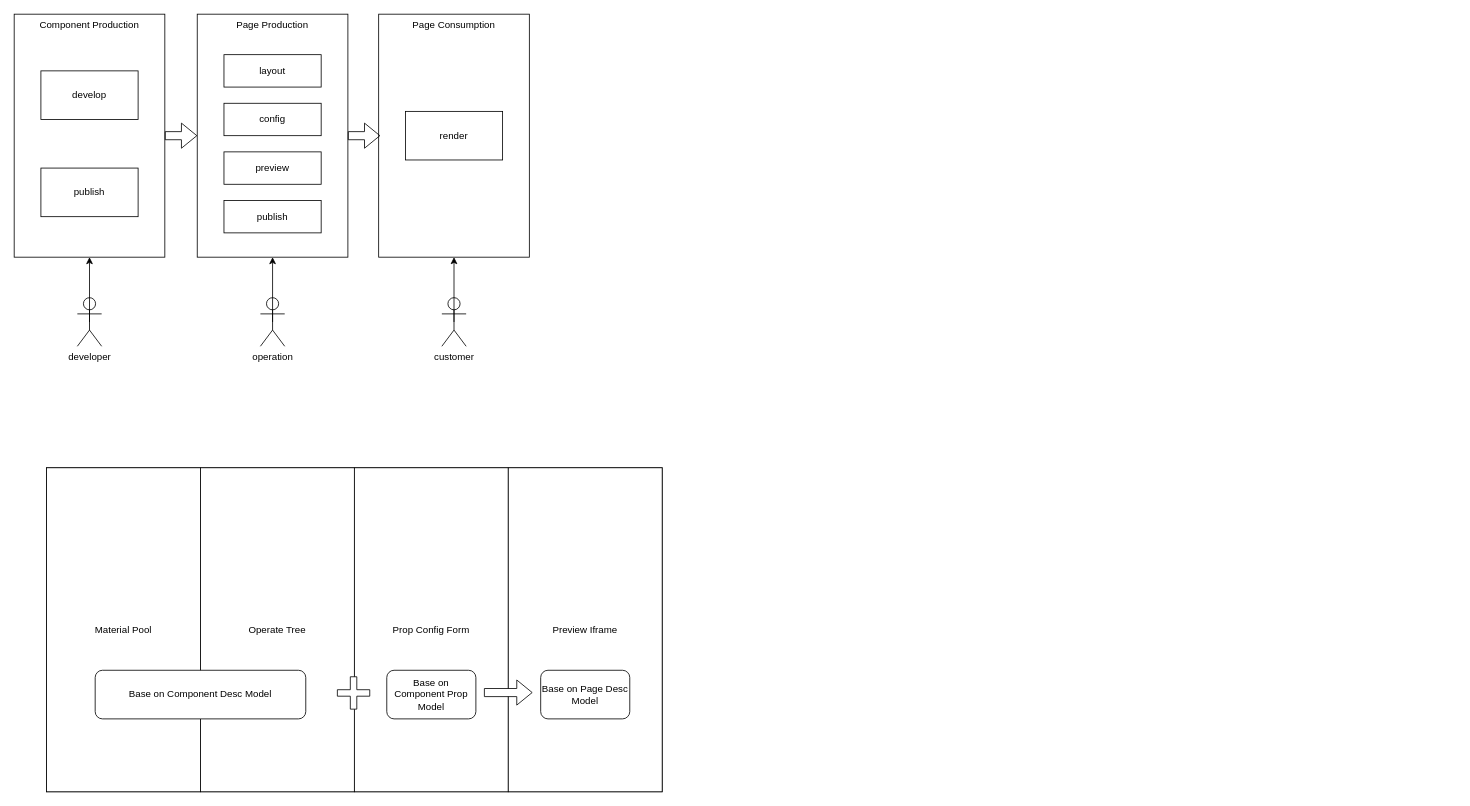
devlee/algorithms keeps this draw.io diagram as Untitled Diagram.drawio. Above is the earlier version. Source tidied: cells renumbered, new cells numbered last; positions are measured from the earlier drawing's top-left corner, leaving out a move shared by most shapes. Both pictures are drawn from the tidied source at 81%, with x=0, y=0 at pixel (14, 14).
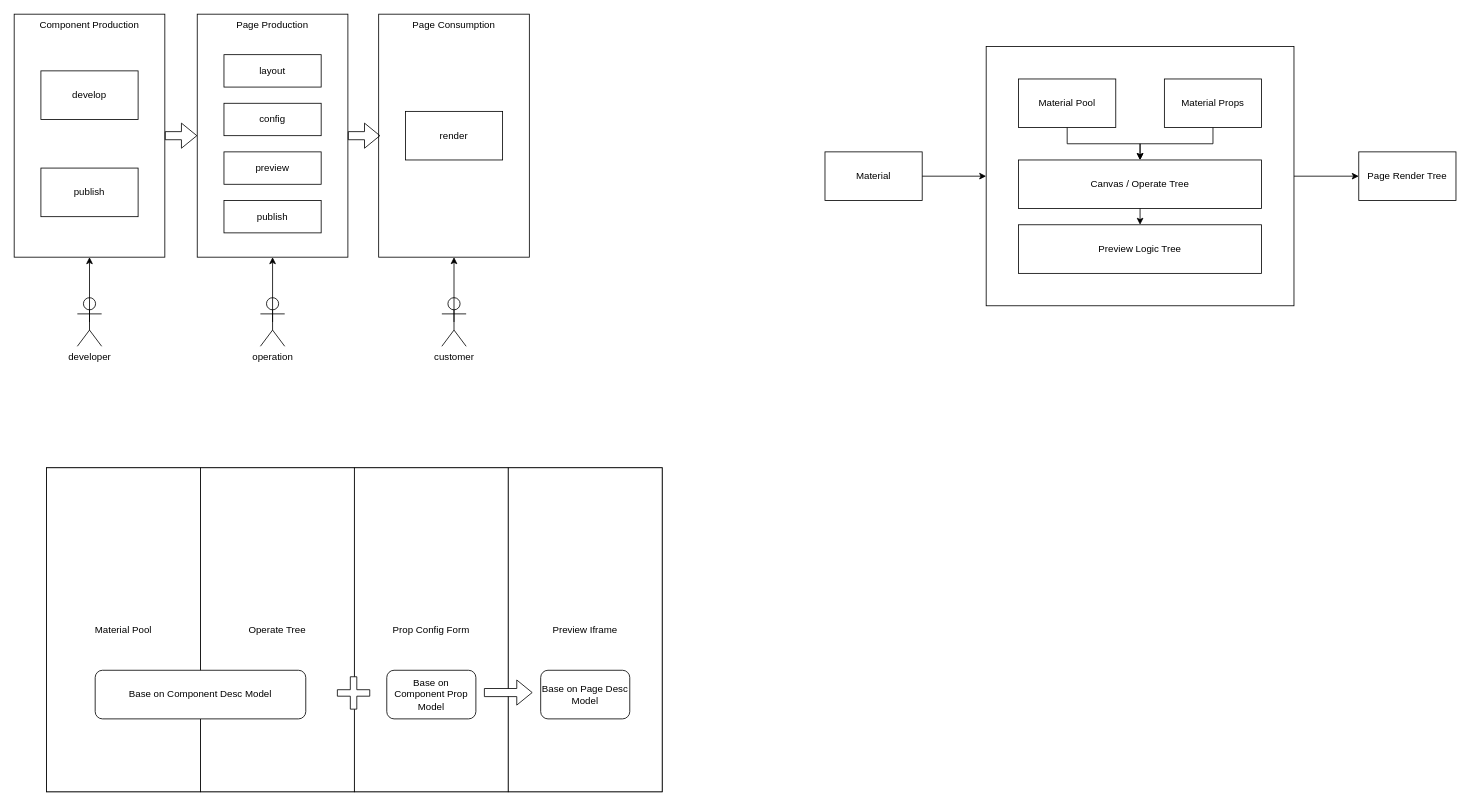
The same page after the edit.

What changed in the source:
```diff
@@
+    <mxCell id="30" value="Material" style="rounded=0;whiteSpace=wrap;html=1;" parent="1" vertex="1">
+      <mxGeometry x="1001" y="170" width="120" height="60" as="geometry" />
+    </mxCell>
+    <mxCell id="31" style="rounded=0;whiteSpace=wrap;html=1;" parent="1" vertex="1">
+      <mxGeometry x="1200" y="40" width="380" height="320" as="geometry" />
+    </mxCell>
+    <mxCell id="32" value="Material Pool" style="rounded=0;whiteSpace=wrap;html=1;" parent="1" vertex="1">
+      <mxGeometry x="1240" y="80" width="120" height="60" as="geometry" />
+    </mxCell>
+    <mxCell id="33" value="Material Props" style="rounded=0;whiteSpace=wrap;html=1;" parent="1" vertex="1">
+      <mxGeometry x="1420" y="80" width="120" height="60" as="geometry" />
+    </mxCell>
+    <mxCell id="34" value="Canvas / Operate Tree" style="rounded=0;whiteSpace=wrap;html=1;" parent="1" vertex="1">
+      <mxGeometry x="1240" y="180" width="300" height="60" as="geometry" />
+    </mxCell>
+    <mxCell id="35" value="Preview Logic Tree" style="rounded=0;whiteSpace=wrap;html=1;" parent="1" vertex="1">
+      <mxGeometry x="1240" y="260" width="300" height="60" as="geometry" />
+    </mxCell>
+    <mxCell id="36" value="Page Render Tree" style="rounded=0;whiteSpace=wrap;html=1;" parent="1" vertex="1">
+      <mxGeometry x="1660" y="170" width="120" height="60" as="geometry" />
+    </mxCell>
+    <mxCell id="37" style="endArrow=classic;html=1;rounded=0;exitX=1;exitY=0.5;exitDx=0;exitDy=0;" parent="1" edge="1" source="30" target="31">
+      <mxGeometry relative="1" as="geometry" />
+    </mxCell>
+    <mxCell id="38" style="endArrow=classic;html=1;rounded=0;exitX=1;exitY=0.5;exitDx=0;exitDy=0;" parent="1" edge="1" source="31" target="36">
+      <mxGeometry relative="1" as="geometry" />
+    </mxCell>
+    <mxCell id="39" style="endArrow=classic;html=1;rounded=0;exitX=0.5;exitY=1;exitDx=0;exitDy=0;entryX=0.5;entryY=0;entryDx=0;entryDy=0;" parent="1" edge="1" source="32" target="34">
+      <mxGeometry relative="1" as="geometry">
+        <Array as="points">
+          <mxPoint x="1300" y="160" />
+          <mxPoint x="1390" y="160" />
+        </Array>
+      </mxGeometry>
+    </mxCell>
+    <mxCell id="40" style="endArrow=classic;html=1;rounded=0;exitX=0.5;exitY=1;exitDx=0;exitDy=0;" parent="1" edge="1" source="33">
+      <mxGeometry relative="1" as="geometry">
+        <mxPoint x="1390" y="180" as="targetPoint" />
+        <Array as="points">
+          <mxPoint x="1480" y="160" />
+          <mxPoint x="1390" y="160" />
+        </Array>
+      </mxGeometry>
+    </mxCell>
+    <mxCell id="41" style="endArrow=classic;html=1;rounded=0;exitX=0.5;exitY=1;exitDx=0;exitDy=0;" parent="1" edge="1" source="34" target="35">
+      <mxGeometry relative="1" as="geometry" />
+    </mxCell>
```
